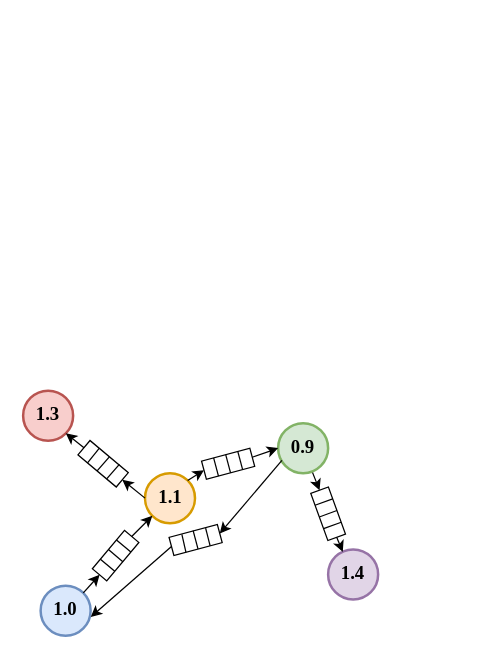
PRETgroup/bittide_sim_wip keeps this draw.io diagram as paper_examples/ffp_graph.drawio. Above is the earlier version. Source tidied: cells renumbered, new cells numbered last; positions are measured from the earlier drawing's top-left corner, leaving out a move shared by most shapes. Both pictures are drawn from the tidied source at 125%, with x=0, y=0 at pixel (22, 390).
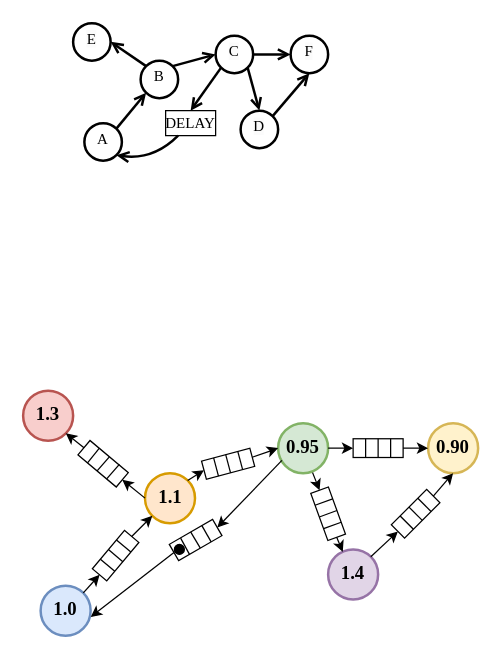
The same page after the edit.

Unchanged cells that the change refers to:
```xml
<mxCell id="4" value="&lt;font size=&quot;1&quot; face=&quot;Times New Roman&quot;&gt;&lt;b style=&quot;font-size: 15px;&quot;&gt;1.4&lt;/b&gt;&lt;/font&gt;" style="ellipse;whiteSpace=wrap;html=1;fillColor=#e1d5e7;strokeColor=#9673a6;strokeWidth=2;align=center;verticalAlign=middle;spacing=0;spacingTop=-4;" parent="1" vertex="1">
  <mxGeometry x="244" y="127" width="40" height="40" as="geometry" />
</mxCell>
```

What changed in the source:
```diff
@@
+    <mxCell id="47" value="&lt;font face=&quot;Times New Roman&quot;&gt;A&lt;/font&gt;" style="ellipse;whiteSpace=wrap;html=1;strokeWidth=2;align=center;verticalAlign=middle;spacing=0;spacingTop=-4;" parent="1" vertex="1">
+      <mxGeometry x="49" y="-214" width="30" height="30" as="geometry" />
+    </mxCell>
+    <mxCell id="48" value="&lt;font face=&quot;Times New Roman&quot;&gt;B&lt;/font&gt;" style="ellipse;whiteSpace=wrap;html=1;strokeWidth=2;align=center;verticalAlign=middle;spacing=0;spacingTop=-4;" parent="1" vertex="1">
+      <mxGeometry x="94" y="-264" width="30" height="30" as="geometry" />
+    </mxCell>
+    <mxCell id="49" value="&lt;span style=&quot;color: rgb(0, 0, 0); font-family: &amp;quot;Times New Roman&amp;quot;; font-size: 12px; font-style: normal; font-variant-ligatures: normal; font-variant-caps: normal; font-weight: 400; letter-spacing: normal; orphans: 2; text-align: center; text-indent: 0px; text-transform: none; widows: 2; word-spacing: 0px; -webkit-text-stroke-width: 0px; background-color: rgb(251, 251, 251); text-decoration-thickness: initial; text-decoration-style: initial; text-decoration-color: initial; float: none; display: inline !important;&quot;&gt;C&lt;/span&gt;" style="ellipse;whiteSpace=wrap;html=1;strokeWidth=2;align=center;verticalAlign=middle;spacing=0;spacingTop=-4;" parent="1" vertex="1">
+      <mxGeometry x="154" y="-284" width="30" height="30" as="geometry" />
+    </mxCell>
+    <mxCell id="50" value="&lt;span style=&quot;color: rgb(0, 0, 0); font-family: &amp;quot;Times New Roman&amp;quot;; font-size: 12px; font-style: normal; font-variant-ligatures: normal; font-variant-caps: normal; font-weight: 400; letter-spacing: normal; orphans: 2; text-align: center; text-indent: 0px; text-transform: none; widows: 2; word-spacing: 0px; -webkit-text-stroke-width: 0px; background-color: rgb(251, 251, 251); text-decoration-thickness: initial; text-decoration-style: initial; text-decoration-color: initial; float: none; display: inline !important;&quot;&gt;E&lt;/span&gt;" style="ellipse;whiteSpace=wrap;html=1;strokeWidth=2;align=center;verticalAlign=middle;spacing=0;spacingTop=-4;" parent="1" vertex="1">
+      <mxGeometry x="40" y="-294" width="30" height="30" as="geometry" />
+    </mxCell>
+    <mxCell id="51" value="&lt;span style=&quot;color: rgb(0, 0, 0); font-family: &amp;quot;Times New Roman&amp;quot;; font-size: 12px; font-style: normal; font-variant-ligatures: normal; font-variant-caps: normal; font-weight: 400; letter-spacing: normal; orphans: 2; text-align: center; text-indent: 0px; text-transform: none; widows: 2; word-spacing: 0px; -webkit-text-stroke-width: 0px; background-color: rgb(251, 251, 251); text-decoration-thickness: initial; text-decoration-style: initial; text-decoration-color: initial; float: none; display: inline !important;&quot;&gt;D&lt;/span&gt;" style="ellipse;whiteSpace=wrap;html=1;strokeWidth=2;align=center;verticalAlign=middle;spacing=0;spacingTop=-4;" parent="1" vertex="1">
+      <mxGeometry x="174" y="-224" width="30" height="30" as="geometry" />
+    </mxCell>
+    <mxCell id="52" style="endArrow=open;html=1;strokeWidth=2;endFill=0;curved=1;exitX=1;exitY=0;exitDx=0;exitDy=0;entryX=0;entryY=1;entryDx=0;entryDy=0;" parent="1" edge="1" source="47" target="48">
+      <mxGeometry relative="1" as="geometry" />
+    </mxCell>
+    <mxCell id="53" style="endArrow=open;html=1;strokeWidth=2;endFill=0;curved=1;exitX=1;exitY=0;exitDx=0;exitDy=0;entryX=0;entryY=0.5;entryDx=0;entryDy=0;" parent="1" edge="1" source="48" target="49">
+      <mxGeometry relative="1" as="geometry" />
+    </mxCell>
+    <mxCell id="54" style="endArrow=open;html=1;strokeWidth=2;endFill=0;curved=1;exitX=1;exitY=1;exitDx=0;exitDy=0;entryX=0.5;entryY=0;entryDx=0;entryDy=0;" parent="1" edge="1" source="49" target="51">
+      <mxGeometry relative="1" as="geometry" />
+    </mxCell>
+    <mxCell id="55" style="endArrow=open;html=1;strokeWidth=2;endFill=0;curved=1;exitX=0;exitY=0;exitDx=0;exitDy=0;entryX=1;entryY=0.5;entryDx=0;entryDy=0;" parent="1" edge="1" source="48" target="50">
+      <mxGeometry relative="1" as="geometry" />
+    </mxCell>
+    <mxCell id="56" style="endArrow=open;html=1;strokeWidth=2;endFill=0;curved=1;exitX=0;exitY=1;exitDx=0;exitDy=0;" parent="1" edge="1" source="49">
+      <mxGeometry relative="1" as="geometry">
+        <mxPoint x="134" y="-224" as="targetPoint" />
+      </mxGeometry>
+    </mxCell>
+    <mxCell id="57" value="DELAY" style="rounded=0;whiteSpace=wrap;html=1;fontFamily=Times New Roman;" parent="1" vertex="1">
+      <mxGeometry x="114" y="-224" width="40" height="20" as="geometry" />
+    </mxCell>
+    <mxCell id="58" style="endArrow=open;html=1;strokeWidth=2;endFill=0;curved=1;exitX=0.25;exitY=1;exitDx=0;exitDy=0;entryX=1;entryY=1;entryDx=0;entryDy=0;" parent="1" edge="1" source="57" target="47">
+      <mxGeometry relative="1" as="geometry">
+        <Array as="points">
+          <mxPoint x="104" y="-184" />
+        </Array>
+      </mxGeometry>
+    </mxCell>
@@
-    <mxCell id="5" value="&lt;font face=&quot;Times New Roman&quot;&gt;&lt;span style=&quot;font-size: 15px;&quot;&gt;&lt;b&gt;0.9&lt;/b&gt;&lt;/span&gt;&lt;/font&gt;" style="ellipse;whiteSpace=wrap;html=1;fillColor=#d5e8d4;strokeColor=#82b366;strokeWidth=2;align=center;verticalAlign=middle;spacing=0;spacingTop=-4;" parent="1" vertex="1">
+    <mxCell id="5" value="&lt;font face=&quot;Times New Roman&quot;&gt;&lt;span style=&quot;font-size: 15px;&quot;&gt;&lt;b&gt;0.95&lt;/b&gt;&lt;/span&gt;&lt;/font&gt;" style="ellipse;whiteSpace=wrap;html=1;fillColor=#d5e8d4;strokeColor=#82b366;strokeWidth=2;align=center;verticalAlign=middle;spacing=0;spacingTop=-4;" parent="1" vertex="1">
       <mxGeometry x="204" y="26" width="40" height="40" as="geometry" />
     </mxCell>
@@
-    <mxCell id="31" style="group;rotation=-195;" parent="1" vertex="1">
+    <mxCell id="31" style="group;rotation=-210;" parent="1" vertex="1">
       <mxGeometry x="118" y="112" width="40" height="15" as="geometry" />
     </mxCell>
-    <mxCell id="32" style="group;rotation=-195;" parent="31" vertex="1">
+    <mxCell id="32" style="group;rotation=-210;" parent="31" vertex="1">
       <mxGeometry width="40" height="15" as="geometry" />
     </mxCell>
-    <mxCell id="33" style="rounded=0;whiteSpace=wrap;html=1;rotation=-195;" parent="32" vertex="1">
+    <mxCell id="33" style="rounded=0;whiteSpace=wrap;html=1;rotation=-210;" parent="32" vertex="1">
       <mxGeometry width="40" height="15" as="geometry" />
     </mxCell>
     <mxCell id="34" style="endArrow=none;html=1;rounded=0;entryX=0.25;entryY=0;entryDx=0;entryDy=0;" parent="32" edge="1" target="33">
       <mxGeometry relative="1" as="geometry">
-        <mxPoint x="28" y="-2" as="sourcePoint" />
+        <mxPoint x="25" y="-4" as="sourcePoint" />
       </mxGeometry>
     </mxCell>
     <mxCell id="35" style="endArrow=none;html=1;rounded=0;entryX=0.5;entryY=0;entryDx=0;entryDy=0;" parent="32" edge="1" target="33">
       <mxGeometry relative="1" as="geometry">
-        <mxPoint x="18" as="sourcePoint" />
+        <mxPoint x="16" y="1" as="sourcePoint" />
       </mxGeometry>
     </mxCell>
     <mxCell id="36" style="endArrow=none;html=1;rounded=0;entryX=0.75;entryY=0;entryDx=0;entryDy=0;" parent="32" edge="1" target="33">
       <mxGeometry relative="1" as="geometry">
-        <mxPoint x="9" y="3" as="sourcePoint" />
+        <mxPoint x="8" y="6" as="sourcePoint" />
       </mxGeometry>
     </mxCell>
+    <mxCell id="59" style="ellipse;whiteSpace=wrap;html=1;fillColor=#000000;" parent="32" vertex="1">
+      <mxGeometry x="3" y="11" width="8" height="8" as="geometry" />
+    </mxCell>
@@
+    <mxCell id="60" value="&lt;font face=&quot;Times New Roman&quot;&gt;&lt;span style=&quot;font-size: 15px;&quot;&gt;&lt;b&gt;0.90&lt;/b&gt;&lt;/span&gt;&lt;/font&gt;" style="ellipse;whiteSpace=wrap;html=1;fillColor=#fff2cc;strokeColor=#d6b656;strokeWidth=2;align=center;verticalAlign=middle;spacing=0;spacingTop=-4;" parent="1" vertex="1">
+      <mxGeometry x="324" y="26" width="40" height="40" as="geometry" />
+    </mxCell>
+    <mxCell id="61" style="group;rotation=0;" parent="1" vertex="1">
+      <mxGeometry x="264" y="38.5" width="40" height="15" as="geometry" />
+    </mxCell>
+    <mxCell id="62" style="group;rotation=0;" parent="61" vertex="1">
+      <mxGeometry width="40" height="15" as="geometry" />
+    </mxCell>
+    <mxCell id="63" style="rounded=0;whiteSpace=wrap;html=1;rotation=0;" parent="62" vertex="1">
+      <mxGeometry width="40" height="15" as="geometry" />
+    </mxCell>
+    <mxCell id="64" style="endArrow=none;html=1;rounded=0;entryX=0.25;entryY=0;entryDx=0;entryDy=0;exitX=0.25;exitY=1;exitDx=0;exitDy=0;" parent="62" edge="1" source="63" target="63">
+      <mxGeometry relative="1" as="geometry" />
+    </mxCell>
+    <mxCell id="65" style="endArrow=none;html=1;rounded=0;entryX=0.5;entryY=0;entryDx=0;entryDy=0;exitX=0.5;exitY=1;exitDx=0;exitDy=0;" parent="62" edge="1" source="63" target="63">
+      <mxGeometry relative="1" as="geometry" />
+    </mxCell>
+    <mxCell id="66" style="endArrow=none;html=1;rounded=0;entryX=0.75;entryY=0;entryDx=0;entryDy=0;exitX=0.75;exitY=1;exitDx=0;exitDy=0;" parent="62" edge="1" source="63" target="63">
+      <mxGeometry relative="1" as="geometry" />
+    </mxCell>
+    <mxCell id="67" style="group;rotation=-225;" parent="1" vertex="1">
+      <mxGeometry x="294" y="91" width="40" height="15" as="geometry" />
+    </mxCell>
+    <mxCell id="68" style="group;rotation=-225;" parent="67" vertex="1">
+      <mxGeometry width="40" height="15" as="geometry" />
+    </mxCell>
+    <mxCell id="69" style="rounded=0;whiteSpace=wrap;html=1;rotation=-225;" parent="68" vertex="1">
+      <mxGeometry width="40" height="15" as="geometry" />
+    </mxCell>
+    <mxCell id="70" style="endArrow=none;html=1;rounded=0;entryX=0.25;entryY=0;entryDx=0;entryDy=0;exitX=0.25;exitY=1;exitDx=0;exitDy=0;" parent="68" edge="1" source="69" target="69">
+      <mxGeometry relative="1" as="geometry" />
+    </mxCell>
+    <mxCell id="71" style="endArrow=none;html=1;rounded=0;entryX=0.5;entryY=0;entryDx=0;entryDy=0;exitX=0.5;exitY=1;exitDx=0;exitDy=0;" parent="68" edge="1" source="69" target="69">
+      <mxGeometry relative="1" as="geometry" />
+    </mxCell>
+    <mxCell id="72" style="endArrow=none;html=1;rounded=0;entryX=0.75;entryY=0;entryDx=0;entryDy=0;exitX=0.75;exitY=1;exitDx=0;exitDy=0;" parent="68" edge="1" source="69" target="69">
+      <mxGeometry relative="1" as="geometry" />
+    </mxCell>
+    <mxCell id="73" value="&lt;span style=&quot;color: rgb(0, 0, 0); font-family: &amp;quot;Times New Roman&amp;quot;; font-size: 12px; font-style: normal; font-variant-ligatures: normal; font-variant-caps: normal; font-weight: 400; letter-spacing: normal; orphans: 2; text-align: center; text-indent: 0px; text-transform: none; widows: 2; word-spacing: 0px; -webkit-text-stroke-width: 0px; background-color: rgb(251, 251, 251); text-decoration-thickness: initial; text-decoration-style: initial; text-decoration-color: initial; float: none; display: inline !important;&quot;&gt;F&lt;/span&gt;" style="ellipse;whiteSpace=wrap;html=1;strokeWidth=2;align=center;verticalAlign=middle;spacing=0;spacingTop=-4;" parent="1" vertex="1">
+      <mxGeometry x="214" y="-284" width="30" height="30" as="geometry" />
+    </mxCell>
+    <mxCell id="74" style="endArrow=open;html=1;strokeWidth=2;endFill=0;curved=1;exitX=1;exitY=0.5;exitDx=0;exitDy=0;entryX=0;entryY=0.5;entryDx=0;entryDy=0;" parent="1" edge="1" source="49" target="73">
+      <mxGeometry relative="1" as="geometry" />
+    </mxCell>
+    <mxCell id="75" style="endArrow=open;html=1;strokeWidth=2;endFill=0;curved=1;exitX=1;exitY=0;exitDx=0;exitDy=0;entryX=0.5;entryY=1;entryDx=0;entryDy=0;" parent="1" edge="1" source="51" target="73">
+      <mxGeometry relative="1" as="geometry" />
+    </mxCell>
+    <mxCell id="76" style="endArrow=classic;html=1;rounded=0;exitX=1;exitY=0.5;exitDx=0;exitDy=0;entryX=0;entryY=0.5;entryDx=0;entryDy=0;" parent="1" edge="1" source="5" target="63">
+      <mxGeometry relative="1" as="geometry" />
+    </mxCell>
+    <mxCell id="77" style="endArrow=classic;html=1;rounded=0;exitX=1;exitY=0.5;exitDx=0;exitDy=0;entryX=0;entryY=0.5;entryDx=0;entryDy=0;" parent="1" edge="1" source="63" target="60">
+      <mxGeometry relative="1" as="geometry" />
+    </mxCell>
+    <mxCell id="78" style="endArrow=classic;html=1;rounded=0;exitX=0;exitY=0.5;exitDx=0;exitDy=0;entryX=0.5;entryY=1;entryDx=0;entryDy=0;" parent="1" edge="1" source="69" target="60">
+      <mxGeometry relative="1" as="geometry" />
+    </mxCell>
+    <mxCell id="79" style="endArrow=classic;html=1;rounded=0;exitX=1;exitY=0;exitDx=0;exitDy=0;entryX=1;entryY=0.5;entryDx=0;entryDy=0;" parent="1" edge="1" source="4" target="69">
+      <mxGeometry relative="1" as="geometry" />
+    </mxCell>
```
